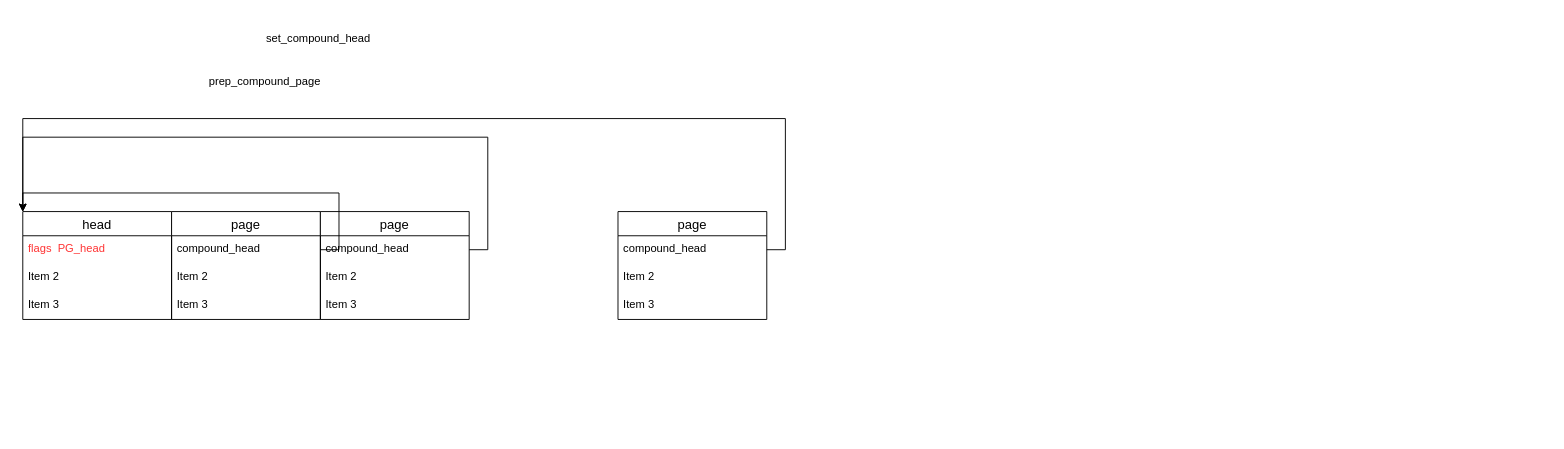
This is mm.drawio from chenlei0x/drawio, a draw.io file, before an edit. Source tidied: cells renumbered, new cells numbered last; positions are measured from the earlier drawing's top-left corner, leaving out a move shared by most shapes. Both pictures are drawn from the tidied source at 93%, with x=0, y=0 at pixel (22, 25).
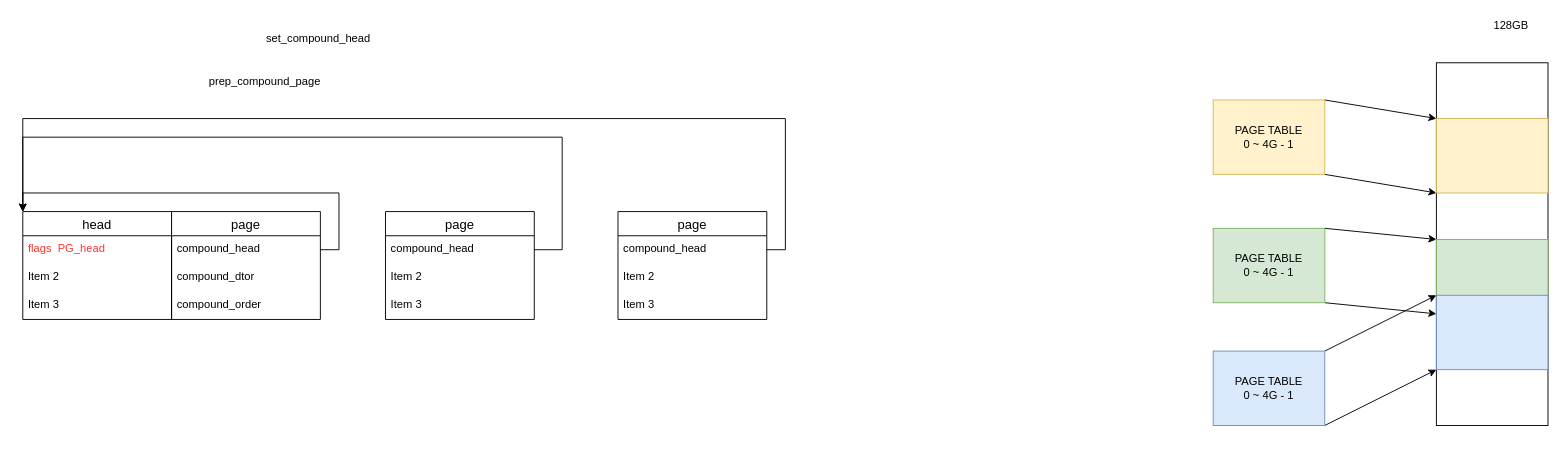
The same diagram, later.

Unchanged cells that the change refers to:
```xml
<mxCell id="2" value="head" style="swimlane;fontStyle=0;horizontal=1;startSize=26;align=center;fontSize=14;" parent="1" vertex="1">
  <mxGeometry y="200" width="160" height="116" as="geometry" />
</mxCell>
<mxCell id="6" value="page" style="swimlane;fontStyle=0;horizontal=1;startSize=26;align=center;fontSize=14;" parent="1" vertex="1">
  <mxGeometry x="160" y="200" width="160" height="116" as="geometry" />
</mxCell>
<mxCell id="11" value="compound_head" style="text;strokeColor=none;fillColor=none;spacingLeft=4;spacingRight=4;overflow=hidden;points=[[0,0.5],[1,0.5]];portConstraint=eastwest;fontSize=12;" parent="10" vertex="1">
  <mxGeometry y="26" width="160" height="30" as="geometry" />
</mxCell>
```

The edit, as a diff of the source:
```diff
@@
-    <mxCell id="8" value="Item 2" style="text;strokeColor=none;fillColor=none;spacingLeft=4;spacingRight=4;overflow=hidden;fontSize=12;" parent="6" vertex="1">
+    <mxCell id="8" value="compound_dtor" style="text;strokeColor=none;fillColor=none;spacingLeft=4;spacingRight=4;overflow=hidden;fontSize=12;" parent="6" vertex="1">
       <mxGeometry y="56" width="160" height="30" as="geometry" />
     </mxCell>
-    <mxCell id="9" value="Item 3" style="text;strokeColor=none;fillColor=none;spacingLeft=4;spacingRight=4;overflow=hidden;fontSize=12;" parent="6" vertex="1">
+    <mxCell id="9" value="compound_order" style="text;strokeColor=none;fillColor=none;spacingLeft=4;spacingRight=4;overflow=hidden;fontSize=12;" parent="6" vertex="1">
       <mxGeometry y="86" width="160" height="30" as="geometry" />
     </mxCell>
     <mxCell id="10" value="page" style="swimlane;fontStyle=0;horizontal=1;startSize=26;align=center;fontSize=14;" parent="1" vertex="1">
-      <mxGeometry x="320" y="200" width="160" height="116" as="geometry" />
+      <mxGeometry x="390" y="200" width="160" height="116" as="geometry" />
     </mxCell>
@@
     <mxCell id="15" style="edgeStyle=orthogonalEdgeStyle;rounded=0;jettySize=auto;html=1;exitX=1;exitY=0.5;exitDx=0;exitDy=0;entryX=0;entryY=0;entryDx=0;entryDy=0;" parent="1" edge="1" source="11" target="2">
       <mxGeometry relative="1" as="geometry">
         <Array as="points">
-          <mxPoint x="500" y="241" />
-          <mxPoint x="500" y="120" />
+          <mxPoint x="580" y="241" />
+          <mxPoint x="580" y="120" />
           <mxPoint y="120" />
         </Array>
       </mxGeometry>
     </mxCell>
@@
+    <mxCell id="23" value="128GB" style="text;html=1;align=center;verticalAlign=middle;fontColor=#000000;" parent="1" vertex="1">
+      <mxGeometry x="1575" y="-10" width="50" height="20" as="geometry" />
+    </mxCell>
+    <mxCell id="24" style="rounded=0;whiteSpace=wrap;html=1;fontColor=#000000;" parent="1" vertex="1">
+      <mxGeometry x="1520" y="40" width="120" height="390" as="geometry" />
+    </mxCell>
+    <mxCell id="25" style="rounded=0;jettySize=auto;html=1;exitX=1;exitY=0;exitDx=0;exitDy=0;fontColor=#000000;entryX=0;entryY=0;entryDx=0;entryDy=0;" parent="1" edge="1" source="27" target="34">
+      <mxGeometry relative="1" as="geometry" />
+    </mxCell>
+    <mxCell id="26" style="edgeStyle=none;rounded=0;jettySize=auto;html=1;exitX=1;exitY=1;exitDx=0;exitDy=0;entryX=0;entryY=1;entryDx=0;entryDy=0;fontColor=#000000;" parent="1" edge="1" source="27" target="34">
+      <mxGeometry relative="1" as="geometry" />
+    </mxCell>
+    <mxCell id="27" value="PAGE TABLE &lt;br&gt;0 ~ 4G - 1" style="rounded=0;whiteSpace=wrap;html=1;fillColor=#fff2cc;strokeColor=#d6b656;" parent="1" vertex="1">
+      <mxGeometry x="1280" y="80" width="120" height="80" as="geometry" />
+    </mxCell>
+    <mxCell id="28" style="edgeStyle=none;rounded=0;jettySize=auto;html=1;exitX=1;exitY=0;exitDx=0;exitDy=0;entryX=0;entryY=0;entryDx=0;entryDy=0;fontColor=#000000;" parent="1" edge="1" source="30" target="35">
+      <mxGeometry relative="1" as="geometry" />
+    </mxCell>
+    <mxCell id="29" style="edgeStyle=none;rounded=0;jettySize=auto;html=1;exitX=1;exitY=1;exitDx=0;exitDy=0;entryX=0;entryY=1;entryDx=0;entryDy=0;fontColor=#000000;" parent="1" edge="1" source="30" target="35">
+      <mxGeometry relative="1" as="geometry" />
+    </mxCell>
+    <mxCell id="30" value="PAGE TABLE &lt;br&gt;0 ~ 4G - 1" style="rounded=0;whiteSpace=wrap;html=1;fillColor=#d5e8d4;strokeColor=#82b366;" parent="1" vertex="1">
+      <mxGeometry x="1280" y="218" width="120" height="80" as="geometry" />
+    </mxCell>
+    <mxCell id="31" style="edgeStyle=none;rounded=0;jettySize=auto;html=1;exitX=1;exitY=0;exitDx=0;exitDy=0;entryX=0;entryY=0;entryDx=0;entryDy=0;fontColor=#000000;" parent="1" edge="1" source="33" target="36">
+      <mxGeometry relative="1" as="geometry" />
+    </mxCell>
+    <mxCell id="32" style="edgeStyle=none;rounded=0;jettySize=auto;html=1;exitX=1;exitY=1;exitDx=0;exitDy=0;entryX=0;entryY=1;entryDx=0;entryDy=0;fontColor=#000000;" parent="1" edge="1" source="33" target="36">
+      <mxGeometry relative="1" as="geometry" />
+    </mxCell>
+    <mxCell id="33" value="PAGE TABLE &lt;br&gt;0 ~ 4G - 1" style="rounded=0;whiteSpace=wrap;html=1;fillColor=#dae8fc;strokeColor=#6c8ebf;" parent="1" vertex="1">
+      <mxGeometry x="1280" y="350" width="120" height="80" as="geometry" />
+    </mxCell>
+    <mxCell id="34" style="rounded=0;whiteSpace=wrap;html=1;fillColor=#fff2cc;strokeColor=#d6b656;" parent="1" vertex="1">
+      <mxGeometry x="1520" y="100" width="120" height="80" as="geometry" />
+    </mxCell>
+    <mxCell id="35" style="rounded=0;whiteSpace=wrap;html=1;fillColor=#d5e8d4;strokeColor=#82b366;" parent="1" vertex="1">
+      <mxGeometry x="1520" y="230" width="120" height="80" as="geometry" />
+    </mxCell>
+    <mxCell id="36" style="rounded=0;whiteSpace=wrap;html=1;fillColor=#dae8fc;strokeColor=#6c8ebf;" parent="1" vertex="1">
+      <mxGeometry x="1520" y="290" width="120" height="80" as="geometry" />
+    </mxCell>
```
